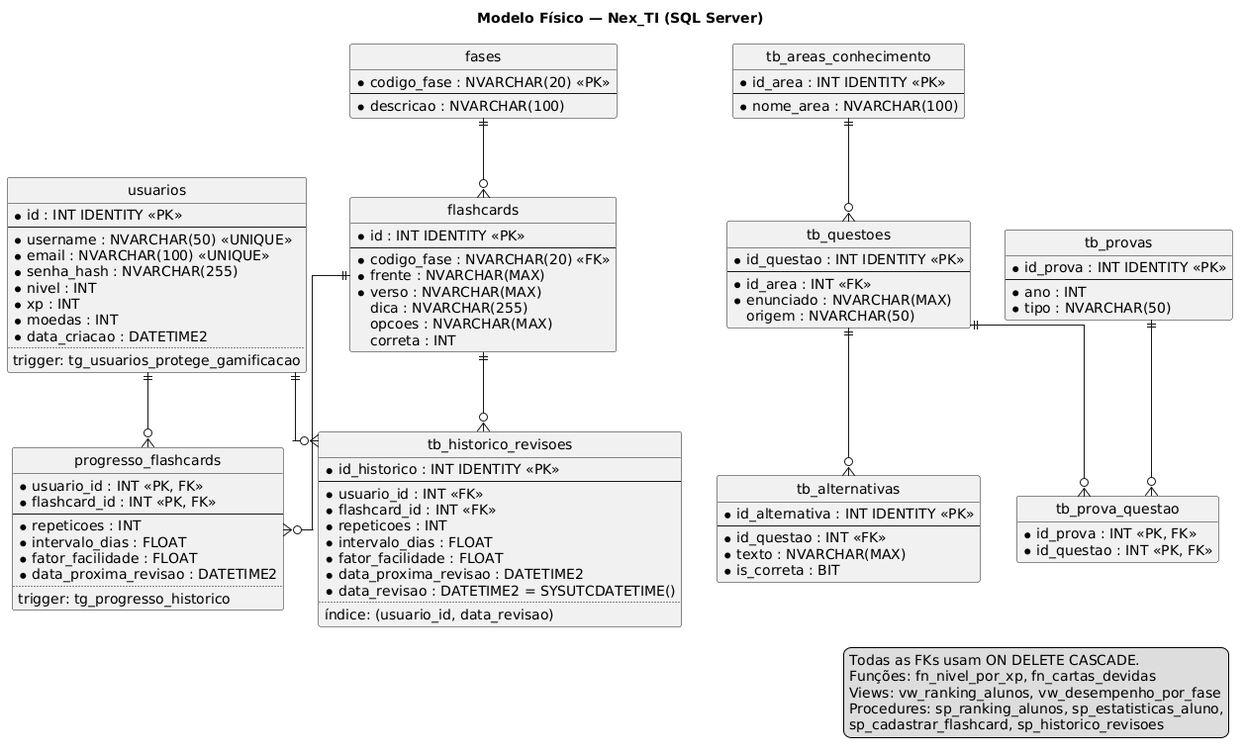
This is modelagem-uml/04_Banco_de_Dados/Modelo Fisico Nex_TI.png from MayconDIS/PIM_IV, a PlantUML export, as it was before one commit.
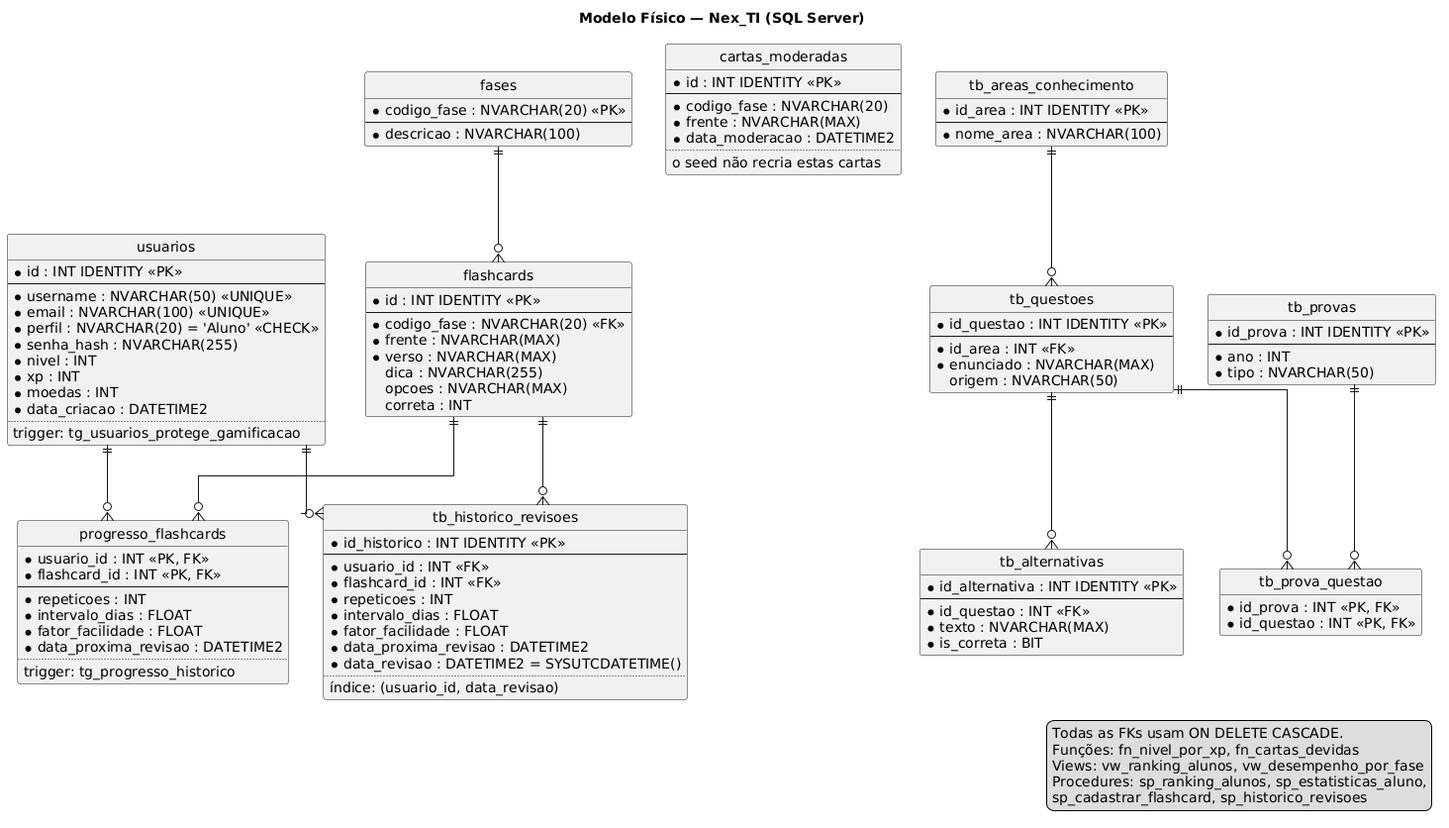
The same file after the commit.

The edit, as a diff of the source:
```diff
@@ -13,6 +13,7 @@
   --
   * username : NVARCHAR(50) <<UNIQUE>>
   * email : NVARCHAR(100) <<UNIQUE>>
+  * perfil : NVARCHAR(20) = 'Aluno' <<CHECK>>
   * senha_hash : NVARCHAR(255)
   * nivel : INT
   * xp : INT
@@ -20,6 +21,16 @@
   * data_criacao : DATETIME2
   ..
   trigger: tg_usuarios_protege_gamificacao
+}
+
+entity cartas_moderadas {
+  * id : INT IDENTITY <<PK>>
+  --
+  * codigo_fase : NVARCHAR(20)
+  * frente : NVARCHAR(MAX)
+  * data_moderacao : DATETIME2
+  ..
+  o seed não recria estas cartas
 }
 
 entity fases {
```
